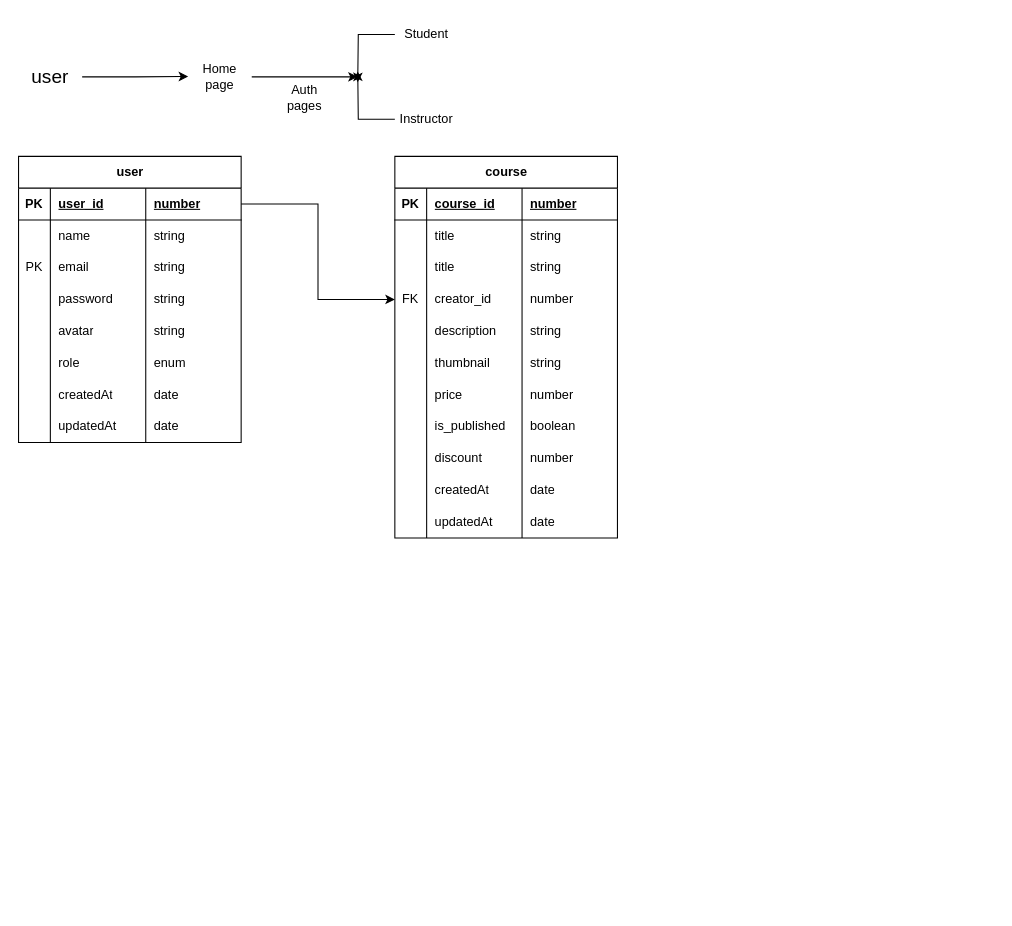
This is docs/roadmap.drawio from ysdhuri312/lms-v2, a draw.io file, before an edit. Source tidied: cells renumbered, new cells numbered last; positions are measured from the earlier drawing's top-left corner, leaving out a move shared by most shapes. Both pictures are drawn from the tidied source at 106%, with x=0, y=0 at pixel (18, 18).
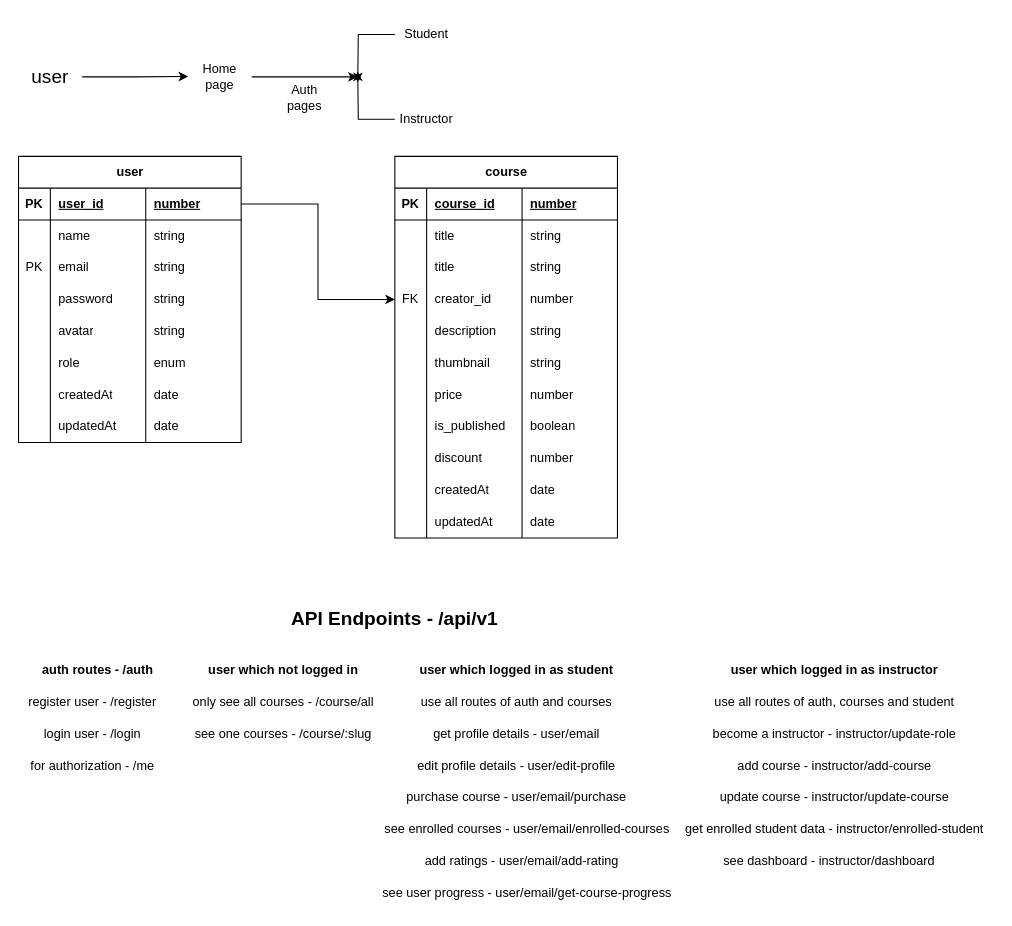
After the change.

Commit message (it also covers changes not shown here):
Update server module

Diff of the diagram source:
```diff
@@
+    <mxCell id="90" value="&lt;b&gt;&lt;font style=&quot;font-size: 18px;&quot;&gt;API Endpoints - /api/v1&lt;/font&gt;&lt;/b&gt;" style="text;html=1;whiteSpace=wrap;strokeColor=none;fillColor=none;align=center;verticalAlign=middle;rounded=0;" parent="1" vertex="1">
+      <mxGeometry x="180" y="552" width="350" height="30" as="geometry" />
+    </mxCell>
+    <mxCell id="91" value="register user - /register&amp;nbsp; &amp;nbsp;" style="text;html=1;whiteSpace=wrap;strokeColor=none;fillColor=none;align=center;verticalAlign=middle;rounded=0;" parent="1" vertex="1">
+      <mxGeometry y="630" width="150" height="30" as="geometry" />
+    </mxCell>
+    <mxCell id="92" value="login user - /login&amp;nbsp; &amp;nbsp;" style="text;html=1;whiteSpace=wrap;strokeColor=none;fillColor=none;align=center;verticalAlign=middle;rounded=0;" parent="1" vertex="1">
+      <mxGeometry y="660" width="150" height="30" as="geometry" />
+    </mxCell>
+    <mxCell id="93" value="for authorization - /me&amp;nbsp; &amp;nbsp;" style="text;html=1;whiteSpace=wrap;strokeColor=none;fillColor=none;align=center;verticalAlign=middle;rounded=0;" parent="1" vertex="1">
+      <mxGeometry y="690" width="150" height="30" as="geometry" />
+    </mxCell>
+    <mxCell id="94" value="user which not logged in" style="text;html=1;whiteSpace=wrap;strokeColor=none;fillColor=none;align=center;verticalAlign=middle;rounded=0;fontStyle=1;" parent="1" vertex="1">
+      <mxGeometry x="150" y="600" width="200" height="30" as="geometry" />
+    </mxCell>
+    <mxCell id="95" value="auth routes - /auth" style="text;html=1;whiteSpace=wrap;strokeColor=none;fillColor=none;align=center;verticalAlign=middle;rounded=0;fontStyle=1;" parent="1" vertex="1">
+      <mxGeometry y="600" width="150" height="30" as="geometry" />
+    </mxCell>
+    <mxCell id="96" value="only see all courses - /course/all" style="text;html=1;whiteSpace=wrap;strokeColor=none;fillColor=none;align=center;verticalAlign=middle;rounded=0;" parent="1" vertex="1">
+      <mxGeometry x="150" y="630" width="200" height="30" as="geometry" />
+    </mxCell>
+    <mxCell id="97" value="see one courses - /course/:slug" style="text;html=1;whiteSpace=wrap;strokeColor=none;fillColor=none;align=center;verticalAlign=middle;rounded=0;" parent="1" vertex="1">
+      <mxGeometry x="150" y="660" width="200" height="30" as="geometry" />
+    </mxCell>
+    <mxCell id="98" value="user which logged in as student" style="text;html=1;whiteSpace=wrap;strokeColor=none;fillColor=none;align=center;verticalAlign=middle;rounded=0;fontStyle=1;" parent="1" vertex="1">
+      <mxGeometry x="370" y="600" width="200" height="30" as="geometry" />
+    </mxCell>
+    <mxCell id="99" value="use all routes of auth and courses" style="text;html=1;whiteSpace=wrap;strokeColor=none;fillColor=none;align=center;verticalAlign=middle;rounded=0;" parent="1" vertex="1">
+      <mxGeometry x="340" y="630" width="260" height="30" as="geometry" />
+    </mxCell>
+    <mxCell id="100" value="get profile details - user/email" style="text;html=1;whiteSpace=wrap;strokeColor=none;fillColor=none;align=center;verticalAlign=middle;rounded=0;" parent="1" vertex="1">
+      <mxGeometry x="340" y="660" width="260" height="30" as="geometry" />
+    </mxCell>
+    <mxCell id="101" value="edit profile details - user/edit-profile" style="text;html=1;whiteSpace=wrap;strokeColor=none;fillColor=none;align=center;verticalAlign=middle;rounded=0;" parent="1" vertex="1">
+      <mxGeometry x="340" y="690" width="260" height="30" as="geometry" />
+    </mxCell>
+    <mxCell id="102" value="purchase course - user/email/purchase" style="text;html=1;whiteSpace=wrap;strokeColor=none;fillColor=none;align=center;verticalAlign=middle;rounded=0;" parent="1" vertex="1">
+      <mxGeometry x="340" y="720" width="260" height="30" as="geometry" />
+    </mxCell>
+    <mxCell id="103" value="see enrolled courses - user/email/enrolled-courses" style="text;html=1;whiteSpace=wrap;strokeColor=none;fillColor=none;align=center;verticalAlign=middle;rounded=0;" parent="1" vertex="1">
+      <mxGeometry x="340" y="750" width="280" height="30" as="geometry" />
+    </mxCell>
+    <mxCell id="104" value="add ratings - user/email/add-rating" style="text;html=1;whiteSpace=wrap;strokeColor=none;fillColor=none;align=center;verticalAlign=middle;rounded=0;" parent="1" vertex="1">
+      <mxGeometry x="340" y="780" width="270" height="30" as="geometry" />
+    </mxCell>
+    <mxCell id="105" value="see user progress - user/email/get-course-progress" style="text;html=1;whiteSpace=wrap;strokeColor=none;fillColor=none;align=center;verticalAlign=middle;rounded=0;" parent="1" vertex="1">
+      <mxGeometry x="340" y="810" width="280" height="30" as="geometry" />
+    </mxCell>
+    <mxCell id="106" value="user which logged in as instructor" style="text;html=1;whiteSpace=wrap;strokeColor=none;fillColor=none;align=center;verticalAlign=middle;rounded=0;fontStyle=1;" parent="1" vertex="1">
+      <mxGeometry x="670" y="600" width="200" height="30" as="geometry" />
+    </mxCell>
+    <mxCell id="107" value="use all routes of auth, courses and student" style="text;html=1;whiteSpace=wrap;strokeColor=none;fillColor=none;align=center;verticalAlign=middle;rounded=0;" parent="1" vertex="1">
+      <mxGeometry x="640" y="630" width="260" height="30" as="geometry" />
+    </mxCell>
+    <mxCell id="108" value="become a instructor - instructor/update-role" style="text;html=1;whiteSpace=wrap;strokeColor=none;fillColor=none;align=center;verticalAlign=middle;rounded=0;" parent="1" vertex="1">
+      <mxGeometry x="640" y="660" width="260" height="30" as="geometry" />
+    </mxCell>
+    <mxCell id="109" value="add course - instructor/add-course" style="text;html=1;whiteSpace=wrap;strokeColor=none;fillColor=none;align=center;verticalAlign=middle;rounded=0;" parent="1" vertex="1">
+      <mxGeometry x="640" y="690" width="260" height="30" as="geometry" />
+    </mxCell>
+    <mxCell id="110" value="update course - instructor/update-course" style="text;html=1;whiteSpace=wrap;strokeColor=none;fillColor=none;align=center;verticalAlign=middle;rounded=0;" parent="1" vertex="1">
+      <mxGeometry x="640" y="720" width="260" height="30" as="geometry" />
+    </mxCell>
+    <mxCell id="111" value="get enrolled student data - instructor/enrolled-student" style="text;html=1;whiteSpace=wrap;strokeColor=none;fillColor=none;align=center;verticalAlign=middle;rounded=0;" parent="1" vertex="1">
+      <mxGeometry x="620" y="750" width="300" height="30" as="geometry" />
+    </mxCell>
+    <mxCell id="112" value="see dashboard - instructor/dashboard" style="text;html=1;whiteSpace=wrap;strokeColor=none;fillColor=none;align=center;verticalAlign=middle;rounded=0;" parent="1" vertex="1">
+      <mxGeometry x="630" y="780" width="270" height="30" as="geometry" />
+    </mxCell>
```
